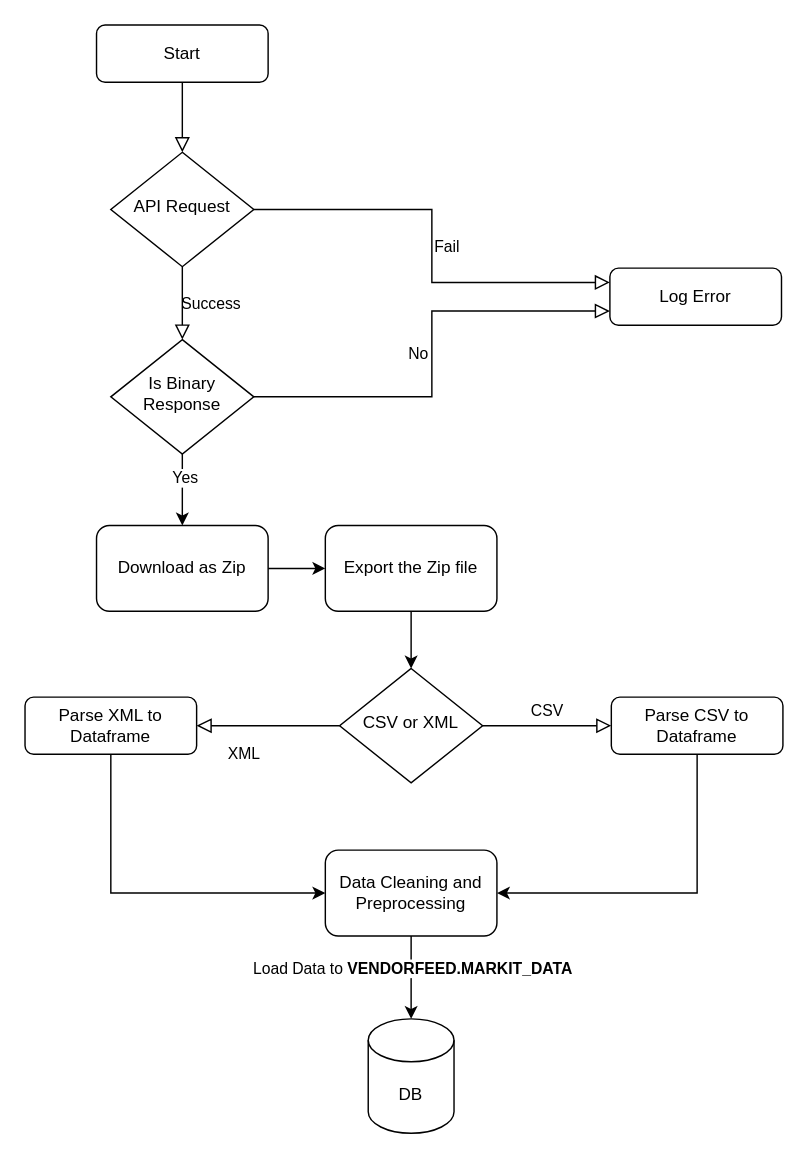
gurudevkumar51/My-files keeps this draw.io diagram as Market_Vendor_Py.drawio. Above is the earlier version. Source tidied: cells renumbered, new cells numbered last; positions are measured from the earlier drawing's top-left corner, leaving out a move shared by most shapes. Both pictures are drawn from the tidied source at 143%, with x=0, y=0 at pixel (24, 24).
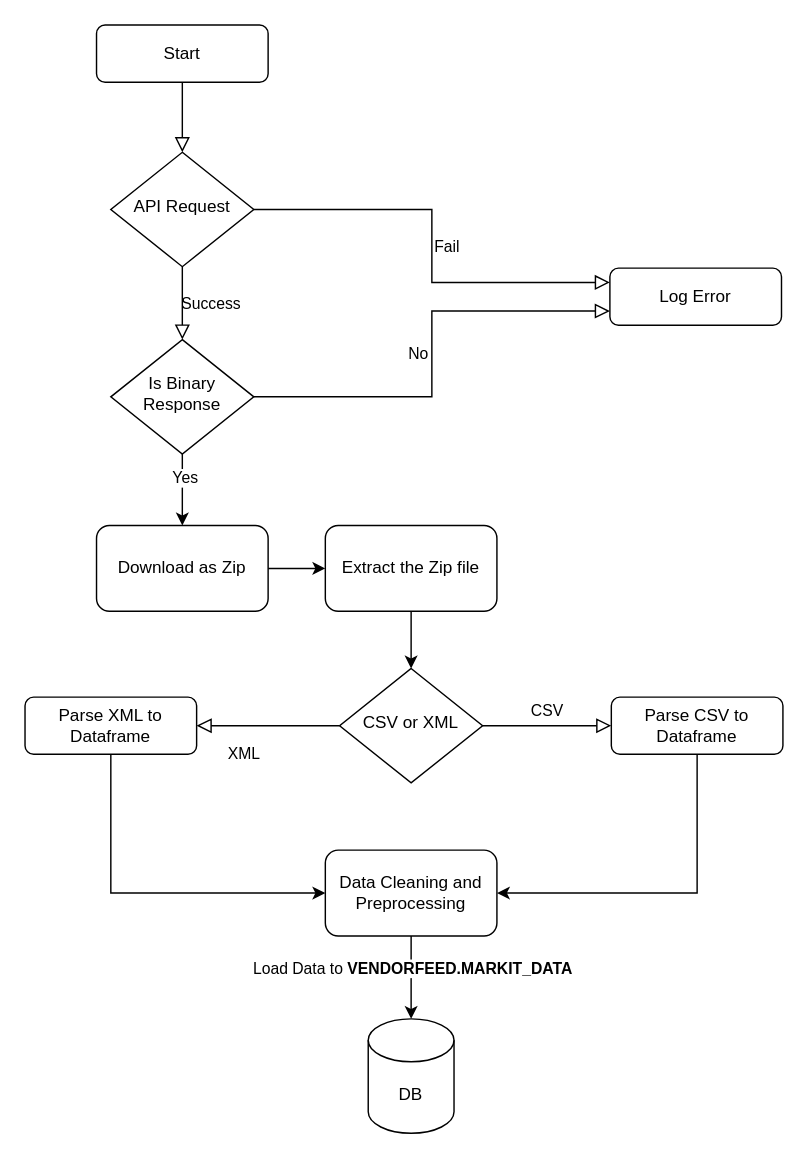
The same diagram, later.

What changed in the source:
```diff
@@
-    <mxCell id="22" value="Export the Zip file" style="rounded=1;whiteSpace=wrap;html=1;" parent="1" vertex="1">
+    <mxCell id="22" value="Extract the Zip file" style="rounded=1;whiteSpace=wrap;html=1;" parent="1" vertex="1">
       <mxGeometry x="210" y="350" width="120" height="60" as="geometry" />
     </mxCell>
```
